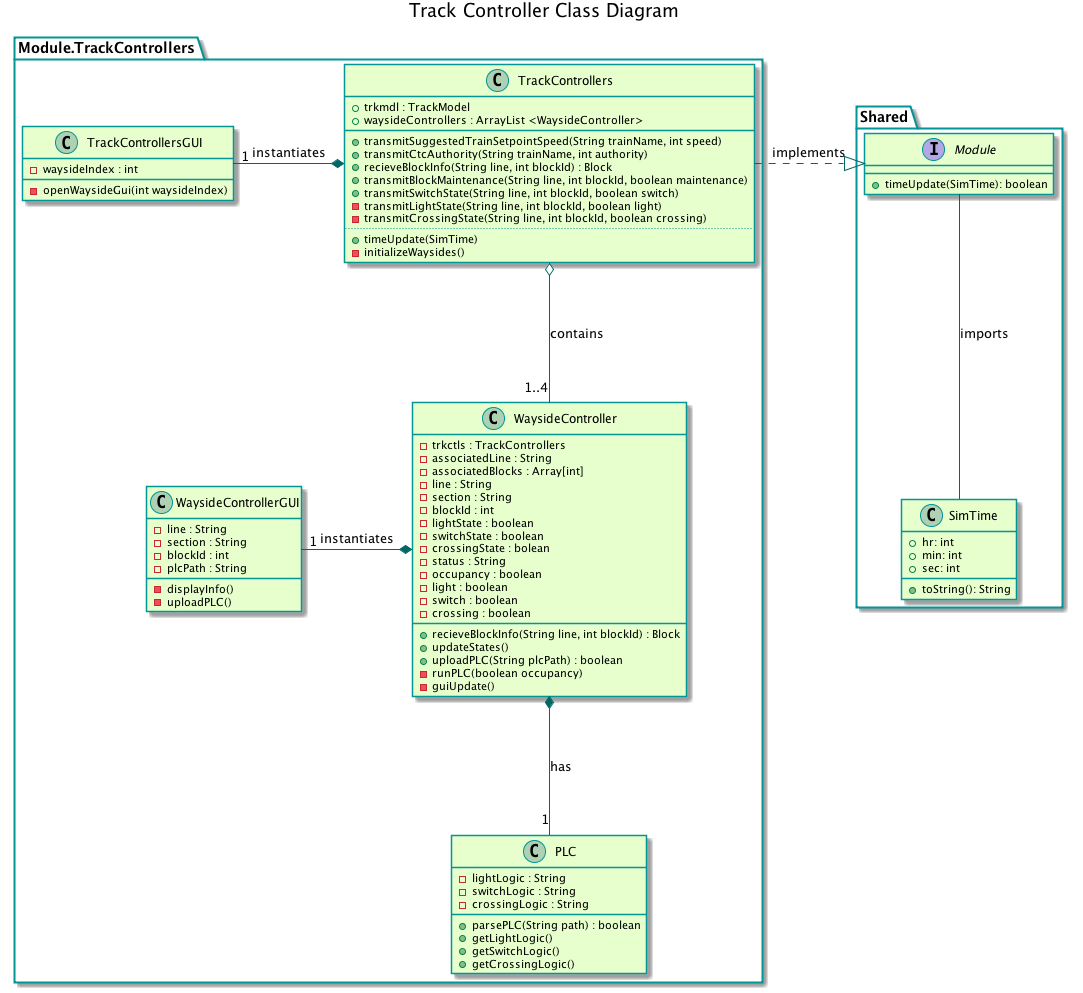
kevingilboy/COE1186 keeps this PlantUML diagram as TrainSystem/yUML/Class Diagrams/TrackControllerClassDiagram.png. Above is the earlier version.
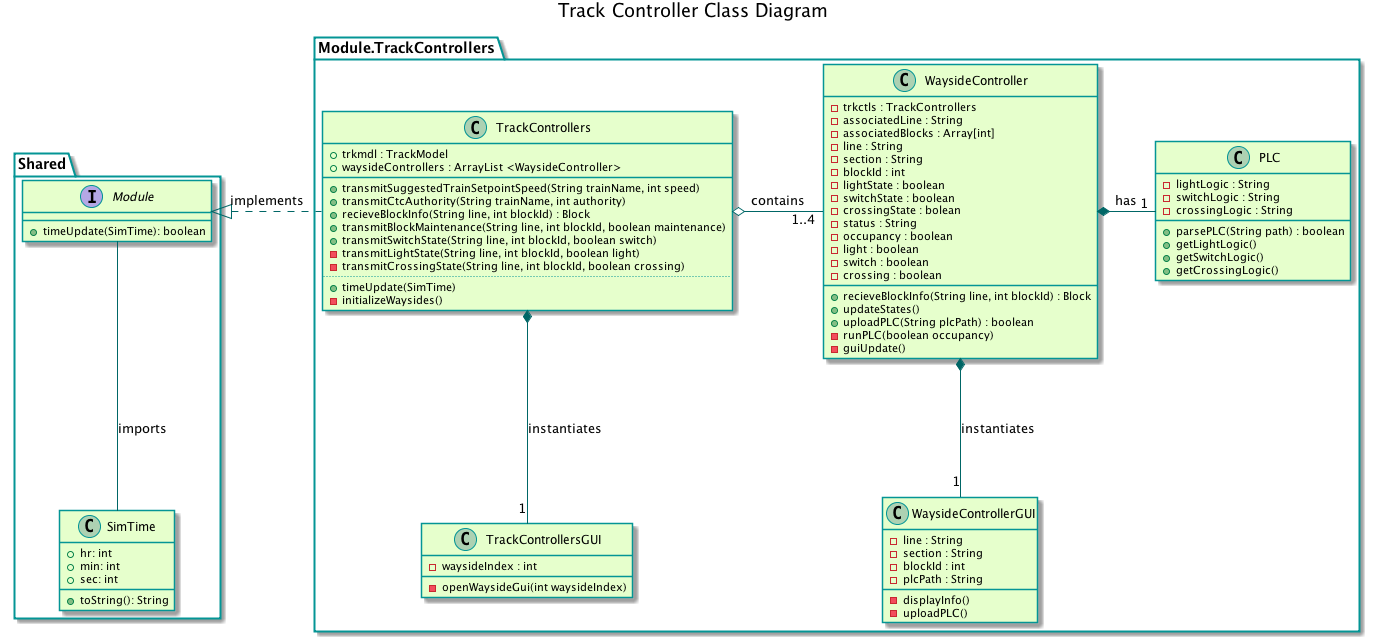
The same diagram one commit later.

Commit message:
Formatted class diagram better for documentation

The edit, as a diff of the source:
```diff
@@ -88,10 +88,10 @@
 }
 
 Module -- SimTime : imports
-TrackControllers .right.|> Module : implements
-TrackControllers o-down- "1..4" WaysideController : contains
-TrackControllers *-left- "1" TrackControllersGUI : instantiates
-WaysideController *-left- "1" WaysideControllerGUI : instantiates
-WaysideController *-down- "1" PLC : has
+TrackControllers .left.|> Module : implements
+TrackControllers o-right- "1..4" WaysideController : contains
+TrackControllers *-down- "1" TrackControllersGUI : instantiates
+WaysideController *-down- "1" WaysideControllerGUI : instantiates
+WaysideController *-right- "1" PLC : has
 
 @enduml
```
